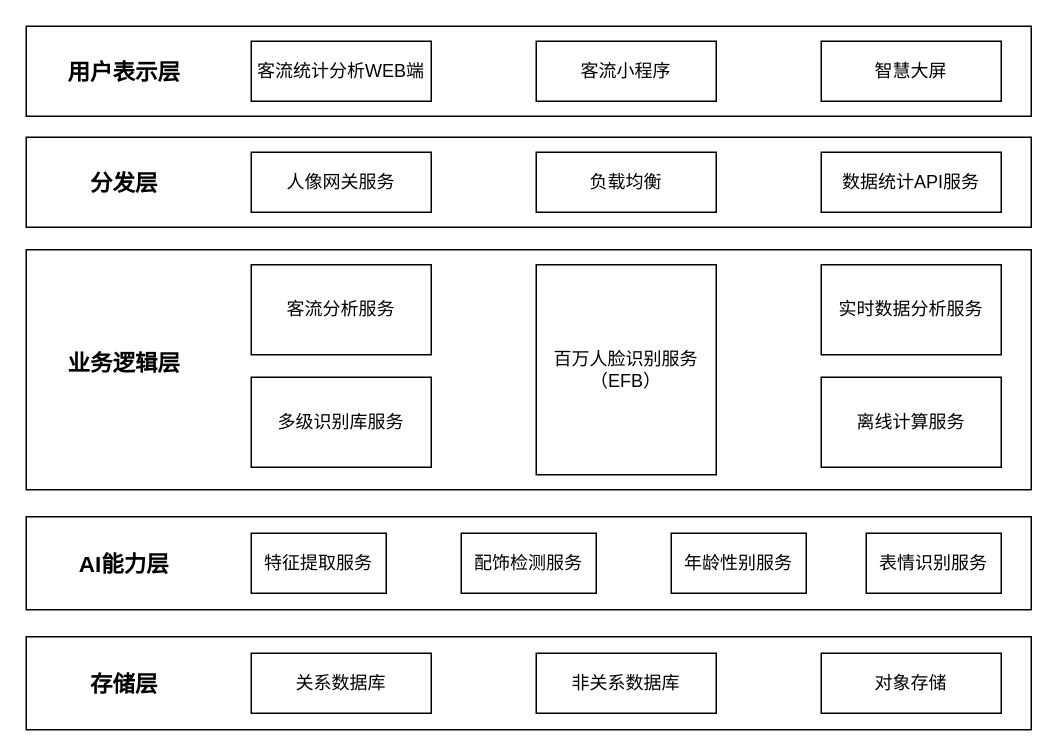
Above: page "分层架构" (3 of 5) of 客流系统.drawio in xiaoxinyi/draw-io (draw.io), before the change. Source tidied: cells renumbered, new cells numbered last; positions are measured from the earlier drawing's top-left corner, leaving out a move shared by most shapes. Both pictures are drawn from the tidied source at 150%, with x=0, y=0 at pixel (26, 26).
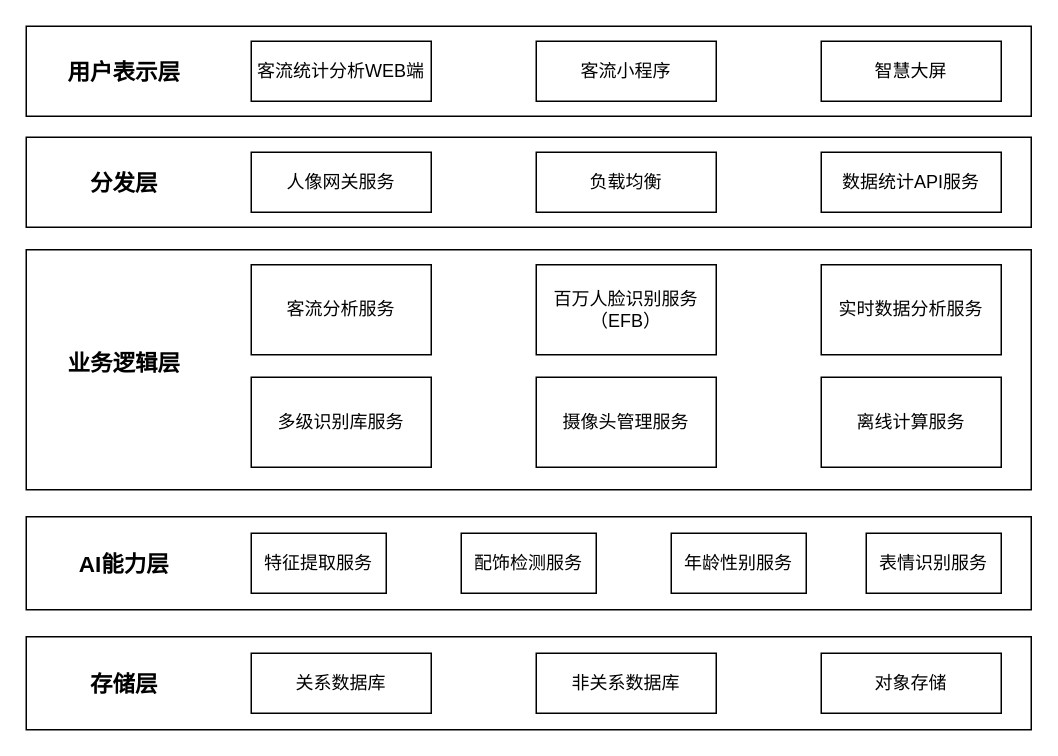
The same page after the edit.

Change to the diagram source:
```diff
@@
     <mxCell id="14" value="百万人脸识别服务&lt;br&gt;（EFB）" style="rounded=0;whiteSpace=wrap;html=1;" parent="1" vertex="1">
-      <mxGeometry x="340" y="159" width="120" height="140" as="geometry" />
+      <mxGeometry x="340" y="159" width="120" height="60" as="geometry" />
     </mxCell>
@@
+    <mxCell id="30" value="摄像头管理服务" style="rounded=0;whiteSpace=wrap;html=1;" parent="1" vertex="1">
+      <mxGeometry x="340" y="234" width="120" height="60" as="geometry" />
+    </mxCell>
```
